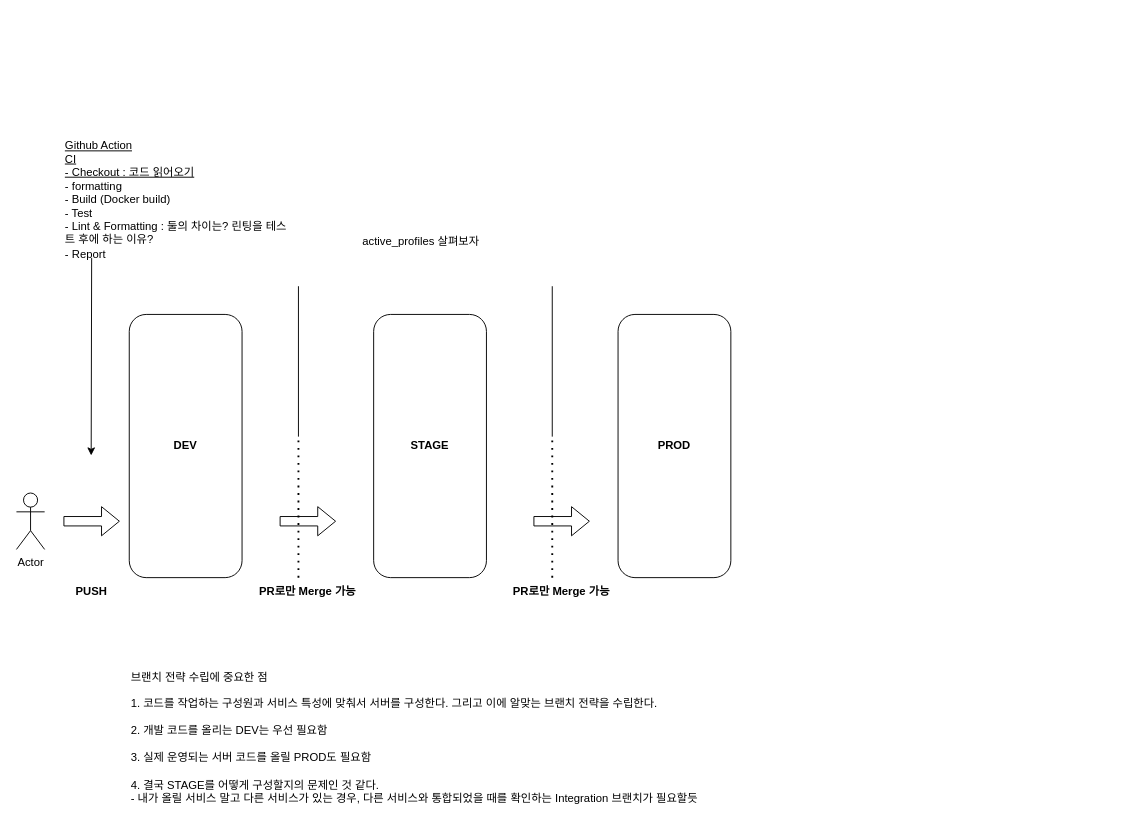
This is 브랜치 전략.drawio from watanka/ticketing, a draw.io file, before an edit. Source tidied: cells renumbered, new cells numbered last; positions are measured from the earlier drawing's top-left corner, leaving out a move shared by most shapes. Both pictures are drawn from the tidied source at 94%, with x=0, y=0 at pixel (16, 192).
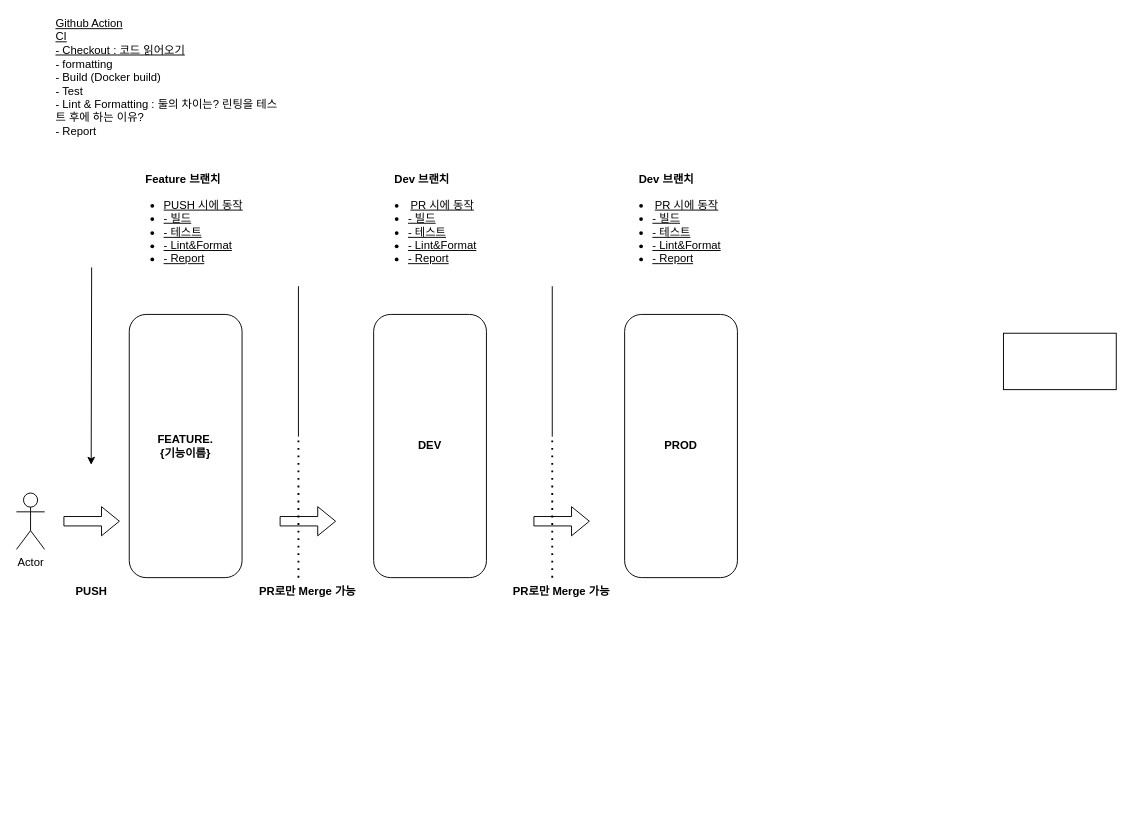
Above is the later version.

What changed in the source:
```diff
@@
-    <mxCell id="2" value="&lt;b&gt;DEV&lt;/b&gt;" style="rounded=1;whiteSpace=wrap;html=1;" parent="1" vertex="1">
+    <mxCell id="2" value="&lt;b&gt;FEATURE.&lt;/b&gt;&lt;div&gt;&lt;b&gt;{기능이름}&lt;/b&gt;&lt;/div&gt;" style="rounded=1;whiteSpace=wrap;html=1;" parent="1" vertex="1">
       <mxGeometry x="120" y="130" width="120" height="280" as="geometry" />
     </mxCell>
-    <mxCell id="3" value="&lt;b&gt;STAGE&lt;/b&gt;" style="rounded=1;whiteSpace=wrap;html=1;" parent="1" vertex="1">
+    <mxCell id="3" value="&lt;b&gt;DEV&lt;/b&gt;" style="rounded=1;whiteSpace=wrap;html=1;" parent="1" vertex="1">
       <mxGeometry x="380" y="130" width="120" height="280" as="geometry" />
     </mxCell>
     <mxCell id="4" value="&lt;b&gt;PROD&lt;/b&gt;" style="rounded=1;whiteSpace=wrap;html=1;" parent="1" vertex="1">
-      <mxGeometry x="640" y="130" width="120" height="280" as="geometry" />
+      <mxGeometry x="647" y="130" width="120" height="280" as="geometry" />
     </mxCell>
-    <mxCell id="5" value="브랜치 전략 수립에 중요한 점&lt;div&gt;&lt;br&gt;&lt;/div&gt;&lt;div&gt;1. 코드를 작업하는 구성원과 서비스 특성에 맞춰서 서버를 구성한다. 그리고 이에 알맞는 브랜치 전략을 수립한다.&lt;/div&gt;&lt;div&gt;&lt;br&gt;&lt;/div&gt;&lt;div&gt;2. 개발 코드를 올리는 DEV는 우선 필요함&lt;/div&gt;&lt;div&gt;&lt;br&gt;&lt;/div&gt;&lt;div&gt;3. 실제 운영되는 서버 코드를 올릴 PROD도 필요함&lt;/div&gt;&lt;div&gt;&lt;br&gt;&lt;/div&gt;&lt;div&gt;4. 결국 STAGE를 어떻게 구성할지의 문제인 것 같다.&amp;nbsp;&lt;/div&gt;&lt;div&gt;- 내가 올릴 서비스 말고 다른 서비스가 있는 경우, 다른 서비스와 통합되었을 때를 확인하는 Integration 브랜치가 필요할듯&lt;/div&gt;" style="text;html=1;align=left;verticalAlign=middle;strokeColor=none;fillColor=none;" parent="1" vertex="1">
-      <mxGeometry x="120" y="500" width="600" height="160" as="geometry" />
+    <mxCell id="5" value="&lt;div&gt;&lt;br&gt;&lt;/div&gt;" style="text;html=1;align=left;verticalAlign=middle;strokeColor=none;fillColor=none;" parent="1" vertex="1">
+      <mxGeometry x="120" y="565" width="20" height="30" as="geometry" />
     </mxCell>
@@
     <mxCell id="19" style="endArrow=classic;html=1;rounded=0;" parent="1" edge="1">
       <mxGeometry relative="1" as="geometry">
-        <mxPoint x="80" y="70" as="sourcePoint" />
-        <mxPoint x="79.5" y="280" as="targetPoint" />
+        <mxPoint x="80" y="80" as="sourcePoint" />
+        <mxPoint x="79.5" y="290" as="targetPoint" />
       </mxGeometry>
     </mxCell>
     <mxCell id="20" value="&lt;div&gt;&lt;u&gt;Github Action&lt;/u&gt;&lt;/div&gt;&lt;div&gt;&lt;u&gt;CI&lt;/u&gt;&lt;/div&gt;&lt;div&gt;&lt;u&gt;- Checkout : 코드 읽어오기&lt;/u&gt;&lt;/div&gt;&lt;div&gt;- formatting&lt;/div&gt;&lt;div&gt;- Build (Docker build)&lt;/div&gt;&lt;div&gt;- Test&lt;/div&gt;&lt;div&gt;- Lint &amp;amp; Formatting : 둘의 차이는? 린팅을 테스트 후에 하는 이유?&lt;/div&gt;&lt;div&gt;- Report&lt;/div&gt;&lt;div&gt;&lt;br&gt;&lt;/div&gt;" style="text;html=1;align=left;verticalAlign=middle;whiteSpace=wrap;rounded=0;" parent="1" vertex="1">
-      <mxGeometry x="50" width="240" height="30" as="geometry" />
+      <mxGeometry x="40" y="-130" width="240" height="30" as="geometry" />
     </mxCell>
-    <mxCell id="21" value="active_profiles 살펴보자" style="text;html=1;align=center;verticalAlign=middle;strokeColor=none;fillColor=none;" parent="1" vertex="1">
-      <mxGeometry x="355" y="38" width="150" height="30" as="geometry" />
-    </mxCell>
+    <mxCell id="22" value="&lt;div&gt;&lt;div style=&quot;text-align: center;&quot;&gt;&lt;b&gt;Feature 브랜치&amp;nbsp;&lt;/b&gt;&lt;/div&gt;&lt;/div&gt;&lt;div&gt;&lt;ul&gt;&lt;li style=&quot;text-align: center;&quot;&gt;&lt;u&gt;PUSH 시에 동작&lt;/u&gt;&lt;/li&gt;&lt;li&gt;&lt;u&gt;- 빌드&lt;/u&gt;&lt;/li&gt;&lt;li&gt;&lt;u&gt;- 테스트&lt;/u&gt;&lt;/li&gt;&lt;li&gt;&lt;u&gt;- Lint&amp;amp;Format&lt;/u&gt;&lt;/li&gt;&lt;li&gt;&lt;u&gt;- Report&lt;/u&gt;&lt;/li&gt;&lt;/ul&gt;&lt;/div&gt;" style="text;html=1;align=left;verticalAlign=middle;whiteSpace=wrap;rounded=0;" parent="1" vertex="1">
+      <mxGeometry x="115" y="20" width="130" height="30" as="geometry" />
+    </mxCell>
+    <mxCell id="23" value="&lt;div&gt;&lt;div style=&quot;text-align: center;&quot;&gt;&lt;b&gt;Dev 브랜치&amp;nbsp;&lt;/b&gt;&lt;/div&gt;&lt;/div&gt;&lt;div&gt;&lt;ul&gt;&lt;li style=&quot;text-align: center;&quot;&gt;&lt;u&gt;PR 시에 동작&lt;/u&gt;&lt;/li&gt;&lt;li&gt;&lt;u&gt;- 빌드&lt;/u&gt;&lt;/li&gt;&lt;li&gt;&lt;u&gt;- 테스트&lt;/u&gt;&lt;/li&gt;&lt;li&gt;&lt;u&gt;- Lint&amp;amp;Format&lt;/u&gt;&lt;/li&gt;&lt;li&gt;&lt;u&gt;- Report&lt;/u&gt;&lt;/li&gt;&lt;/ul&gt;&lt;/div&gt;" style="text;html=1;align=left;verticalAlign=middle;whiteSpace=wrap;rounded=0;" parent="1" vertex="1">
+      <mxGeometry x="375" y="20" width="130" height="30" as="geometry" />
+    </mxCell>
+    <mxCell id="24" value="&lt;div&gt;&lt;div style=&quot;text-align: center;&quot;&gt;&lt;b&gt;Dev 브랜치&amp;nbsp;&lt;/b&gt;&lt;/div&gt;&lt;/div&gt;&lt;div&gt;&lt;ul&gt;&lt;li style=&quot;text-align: center;&quot;&gt;&lt;u&gt;PR 시에 동작&lt;/u&gt;&lt;/li&gt;&lt;li&gt;&lt;u&gt;- 빌드&lt;/u&gt;&lt;/li&gt;&lt;li&gt;&lt;u&gt;- 테스트&lt;/u&gt;&lt;/li&gt;&lt;li&gt;&lt;u&gt;- Lint&amp;amp;Format&lt;/u&gt;&lt;/li&gt;&lt;li&gt;&lt;u&gt;- Report&lt;/u&gt;&lt;/li&gt;&lt;/ul&gt;&lt;/div&gt;" style="text;html=1;align=left;verticalAlign=middle;whiteSpace=wrap;rounded=0;" parent="1" vertex="1">
+      <mxGeometry x="635" y="20" width="130" height="30" as="geometry" />
+    </mxCell>
+    <mxCell id="25" style="rounded=0;whiteSpace=wrap;html=1;" parent="1" vertex="1">
+      <mxGeometry x="1050" y="150" width="120" height="60" as="geometry" />
+    </mxCell>
```
